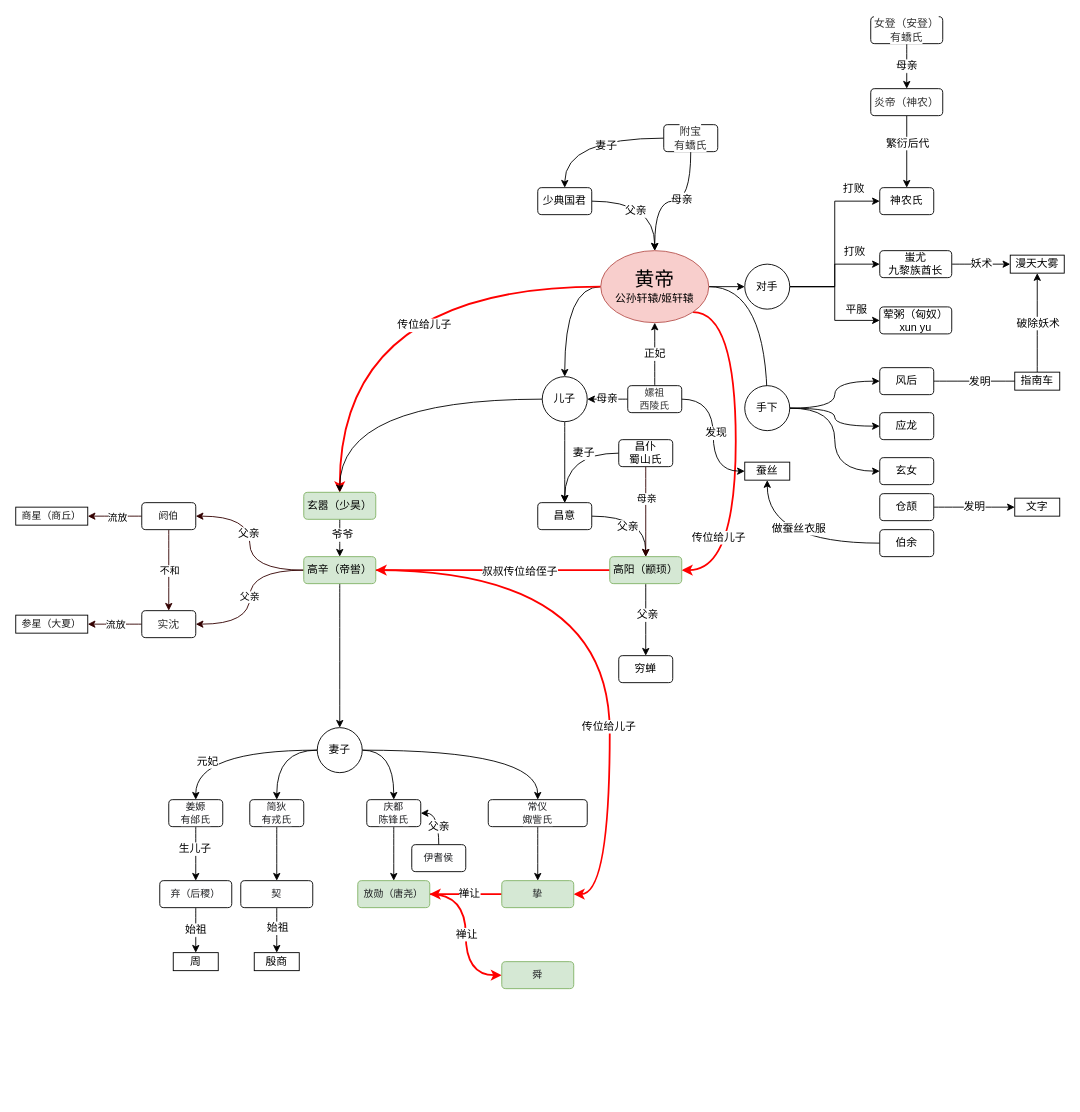
Above: 黄帝.drawio in littlebeer/drawio (draw.io), before the change. Source tidied: cells renumbered, new cells numbered last; positions are measured from the earlier drawing's top-left corner, leaving out a move shared by most shapes. Both pictures are drawn from the tidied source at 90%, with x=0, y=0 at pixel (15, 16).
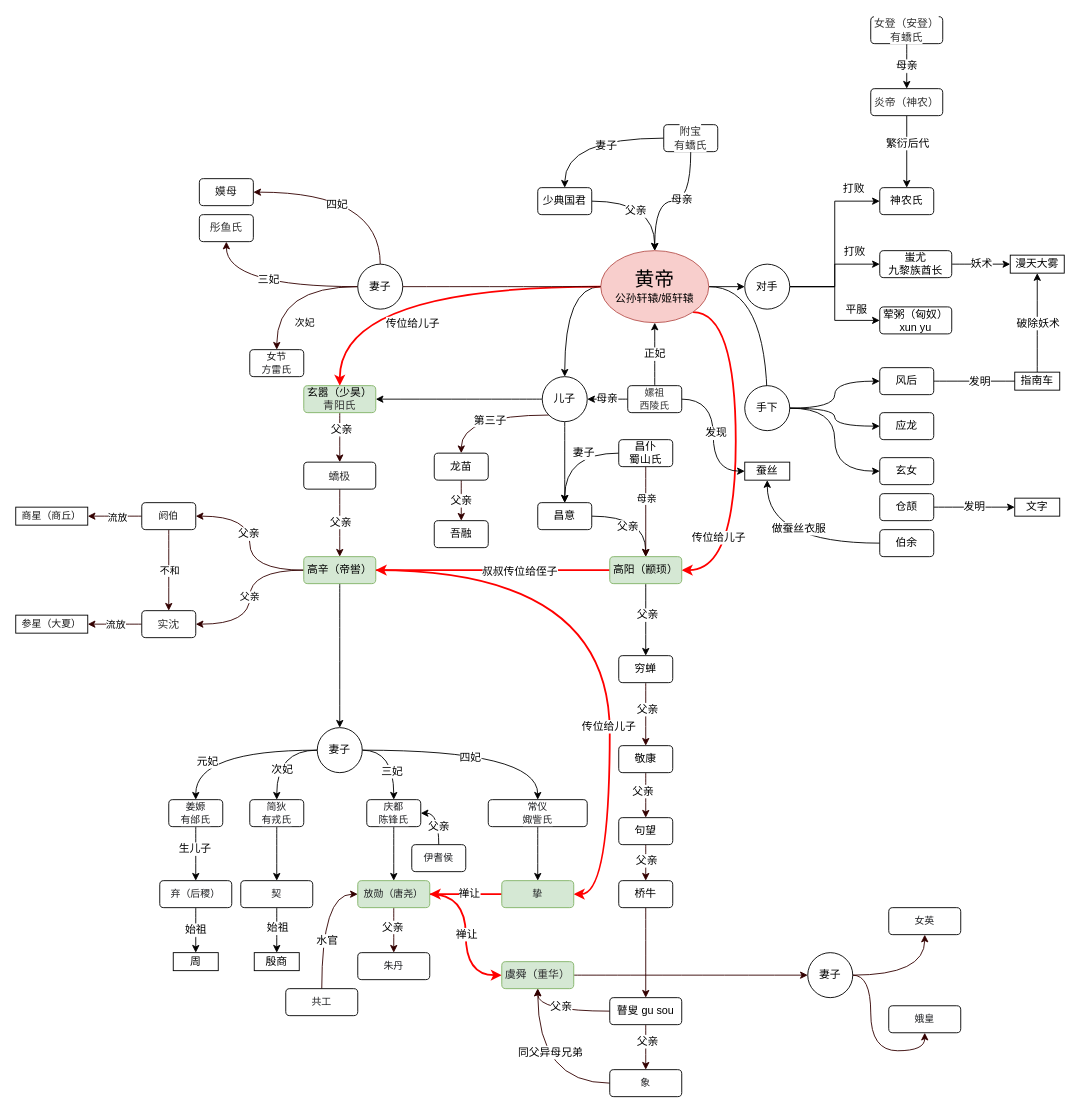
Above is the later version.

The change refers to these unchanged cells:
```xml
<mxCell id="5" style="edgeStyle=orthogonalEdgeStyle;curved=1;rounded=0;jettySize=auto;html=1;fontSize=12;strokeColor=#FF0000;strokeWidth=2;" parent="1" edge="1" source="9" target="64">
  <mxGeometry relative="1" as="geometry" />
</mxCell>
<mxCell id="9" value="&lt;font style=&quot;font-size: 22px&quot;&gt;黄帝&lt;/font&gt;&lt;br&gt;公孙轩辕/姬轩辕" style="ellipse;whiteSpace=wrap;html=1;fillColor=#f8cecc;strokeColor=#b85450;" parent="1" vertex="1">
  <mxGeometry x="650" y="260" width="120" height="80" as="geometry" />
</mxCell>
<mxCell id="57" value="儿子" style="ellipse;whiteSpace=wrap;html=1;fontSize=12;" parent="1" vertex="1">
  <mxGeometry x="585" y="400" width="50" height="50" as="geometry" />
</mxCell>
<mxCell id="73" value="高辛（帝喾）" style="rounded=1;whiteSpace=wrap;html=1;fontSize=12;fillColor=#d5e8d4;strokeColor=#82b366;" parent="1" vertex="1">
  <mxGeometry x="320" y="600" width="80" height="30" as="geometry" />
</mxCell>
<mxCell id="83" value="穷蝉" style="rounded=1;whiteSpace=wrap;html=1;fontSize=12;" parent="1" vertex="1">
  <mxGeometry x="670" y="710" width="60" height="30" as="geometry" />
</mxCell>
<mxCell id="89" style="edgeStyle=orthogonalEdgeStyle;curved=1;rounded=0;jettySize=auto;html=1;fontSize=12;" parent="1" edge="1" source="92" target="94">
  <mxGeometry relative="1" as="geometry" />
</mxCell>
<mxCell id="90" style="edgeStyle=orthogonalEdgeStyle;curved=1;rounded=0;jettySize=auto;html=1;fontSize=12;" parent="1" edge="1" source="92" target="96">
  <mxGeometry relative="1" as="geometry" />
</mxCell>
<mxCell id="91" style="edgeStyle=orthogonalEdgeStyle;curved=1;rounded=0;jettySize=auto;html=1;entryX=0.5;entryY=0;entryDx=0;entryDy=0;fontSize=12;" parent="1" edge="1" source="92" target="98">
  <mxGeometry relative="1" as="geometry" />
</mxCell>
<mxCell id="106" value="&lt;span style=&quot;color: rgb(32 , 33 , 36) ; font-family: &amp;#34;menlo&amp;#34; , monospace ; font-size: 11px ; text-align: left&quot;&gt;放勋（唐尧）&lt;br&gt;&lt;/span&gt;" style="rounded=1;whiteSpace=wrap;html=1;fontSize=12;fillColor=#D5E8D4;strokeColor=#82b366;" parent="1" vertex="1">
  <mxGeometry x="380" y="960" width="80" height="30" as="geometry" />
</mxCell>
```

The edit, as a diff of the source:
```diff
@@
     <mxCell id="6" value="传位给儿子" style="edgeLabel;html=1;align=center;verticalAlign=middle;fontSize=12;" parent="5" vertex="1">
-      <mxGeometry x="-0.24" y="42" relative="1" as="geometry" />
+      <mxGeometry x="-0.24" y="42" relative="1" as="geometry">
+        <mxPoint x="-58" y="-2" as="offset" />
+      </mxGeometry>
     </mxCell>
@@
+    <mxCell id="126" style="edgeStyle=orthogonalEdgeStyle;curved=1;rounded=0;jettySize=auto;html=1;fontSize=11;strokeColor=#330000;strokeWidth=1;startArrow=none;" parent="1" edge="1" source="145" target="140">
+      <mxGeometry relative="1" as="geometry" />
+    </mxCell>
+    <mxCell id="127" value="次妃" style="edgeLabel;html=1;align=center;verticalAlign=middle;fontSize=11;" parent="126" vertex="1">
+      <mxGeometry x="0.32" y="-1" relative="1" as="geometry">
+        <mxPoint x="31" y="23" as="offset" />
+      </mxGeometry>
+    </mxCell>
@@
+    <mxCell id="128" style="edgeStyle=orthogonalEdgeStyle;curved=1;rounded=0;jettySize=auto;html=1;exitX=0;exitY=1;exitDx=0;exitDy=0;entryX=0.5;entryY=0;entryDx=0;entryDy=0;fontSize=12;strokeColor=#330000;strokeWidth=1;" parent="1" edge="1" source="57" target="154">
+      <mxGeometry relative="1" as="geometry" />
+    </mxCell>
+    <mxCell id="129" value="第三子" style="edgeLabel;html=1;align=center;verticalAlign=middle;fontSize=12;" parent="128" vertex="1">
+      <mxGeometry x="-0.06" y="6" relative="1" as="geometry" />
+    </mxCell>
@@
-    <mxCell id="62" style="edgeStyle=orthogonalEdgeStyle;curved=1;rounded=0;jettySize=auto;html=1;fontSize=12;" parent="1" edge="1" source="64" target="73">
-      <mxGeometry relative="1" as="geometry" />
-    </mxCell>
-    <mxCell id="63" value="爷爷" style="edgeLabel;html=1;align=center;verticalAlign=middle;fontSize=12;" parent="62" vertex="1">
-      <mxGeometry x="-0.18" y="2" relative="1" as="geometry" />
-    </mxCell>
+    <mxCell id="130" style="edgeStyle=orthogonalEdgeStyle;curved=1;rounded=0;jettySize=auto;html=1;fontSize=12;strokeColor=#330000;strokeWidth=1;" parent="1" edge="1" source="64" target="151">
+      <mxGeometry relative="1" as="geometry" />
+    </mxCell>
+    <mxCell id="131" value="父亲" style="edgeLabel;html=1;align=center;verticalAlign=middle;fontSize=12;" parent="130" vertex="1">
+      <mxGeometry x="-0.35" y="1" relative="1" as="geometry" />
+    </mxCell>
-    <mxCell id="64" value="玄嚣（少昊）" style="rounded=1;whiteSpace=wrap;html=1;fontSize=12;fillColor=#d5e8d4;strokeColor=#82b366;" parent="1" vertex="1">
-      <mxGeometry x="320" y="528.5" width="80" height="30" as="geometry" />
+    <mxCell id="64" value="玄嚣（少昊）&lt;br&gt;&lt;span style=&quot;color: rgb(51 , 51 , 51) ; font-family: &amp;#34;helvetica neue&amp;#34; , &amp;#34;helvetica&amp;#34; , &amp;#34;arial&amp;#34; , &amp;#34;pingfang sc&amp;#34; , &amp;#34;hiragino sans gb&amp;#34; , &amp;#34;microsoft yahei&amp;#34; , &amp;#34;wenquanyi micro hei&amp;#34; , sans-serif&quot;&gt;青阳氏&lt;/span&gt;" style="rounded=1;whiteSpace=wrap;html=1;fontSize=12;fillColor=#d5e8d4;strokeColor=#82b366;" parent="1" vertex="1">
+      <mxGeometry x="320" y="410" width="80" height="30" as="geometry" />
     </mxCell>
@@
+    <mxCell id="132" style="edgeStyle=orthogonalEdgeStyle;curved=1;rounded=0;jettySize=auto;html=1;fontSize=12;strokeColor=#330000;strokeWidth=1;" parent="1" edge="1" source="83" target="172">
+      <mxGeometry relative="1" as="geometry" />
+    </mxCell>
+    <mxCell id="133" value="父亲" style="edgeLabel;html=1;align=center;verticalAlign=middle;fontSize=12;" parent="132" vertex="1">
+      <mxGeometry x="-0.2" y="1" relative="1" as="geometry">
+        <mxPoint y="1" as="offset" />
+      </mxGeometry>
+    </mxCell>
@@
+    <mxCell id="134" value="次妃" style="edgeLabel;html=1;align=center;verticalAlign=middle;fontSize=12;" parent="89" vertex="1">
+      <mxGeometry x="0.31" y="5" relative="1" as="geometry" />
+    </mxCell>
@@
+    <mxCell id="135" value="三妃" style="edgeLabel;html=1;align=center;verticalAlign=middle;fontSize=12;" parent="90" vertex="1">
+      <mxGeometry x="0.28" y="-3" relative="1" as="geometry" />
+    </mxCell>
@@
+    <mxCell id="136" value="四妃" style="edgeLabel;html=1;align=center;verticalAlign=middle;fontSize=12;" parent="91" vertex="1">
+      <mxGeometry x="-0.05" y="-7" relative="1" as="geometry">
+        <mxPoint y="1" as="offset" />
+      </mxGeometry>
+    </mxCell>
@@
+    <mxCell id="137" style="edgeStyle=orthogonalEdgeStyle;curved=1;rounded=0;jettySize=auto;html=1;fontSize=12;strokeColor=#330000;strokeWidth=1;" parent="1" edge="1" source="106" target="156">
+      <mxGeometry relative="1" as="geometry" />
+    </mxCell>
+    <mxCell id="138" value="父亲" style="edgeLabel;html=1;align=center;verticalAlign=middle;fontSize=12;" parent="137" vertex="1">
+      <mxGeometry x="-0.18" y="-2" relative="1" as="geometry" />
+    </mxCell>
@@
+    <mxCell id="139" style="edgeStyle=orthogonalEdgeStyle;curved=1;rounded=0;jettySize=auto;html=1;fontSize=12;strokeColor=#330000;strokeWidth=1;" parent="1" edge="1" source="115" target="162">
+      <mxGeometry relative="1" as="geometry" />
+    </mxCell>
-    <mxCell id="115" value="&lt;span style=&quot;color: rgb(32 , 33 , 36) ; font-family: &amp;#34;menlo&amp;#34; , monospace ; font-size: 11px ; text-align: left&quot;&gt;舜&lt;br&gt;&lt;/span&gt;" style="rounded=1;whiteSpace=wrap;html=1;fontSize=12;fillColor=#D5E8D4;strokeColor=#82b366;" parent="1" vertex="1">
+    <mxCell id="115" value="&lt;span style=&quot;color: rgb(32, 33, 36); font-family: menlo, monospace; font-size: 12px; text-align: left;&quot;&gt;虞舜（&lt;/span&gt;&lt;span style=&quot;color: rgb(51, 51, 51); font-family: &amp;quot;PingFang SC&amp;quot;, &amp;quot;Lantinghei SC&amp;quot;, &amp;quot;Microsoft YaHei&amp;quot;, arial, 宋体, sans-serif, tahoma; font-size: 12px; text-align: start;&quot;&gt;重华）&lt;/span&gt;&lt;span style=&quot;color: rgb(32, 33, 36); font-family: menlo, monospace; font-size: 12px; text-align: left;&quot;&gt;&lt;br style=&quot;font-size: 12px;&quot;&gt;&lt;/span&gt;" style="rounded=1;whiteSpace=wrap;html=1;fontSize=12;fillColor=#D5E8D4;strokeColor=#82b366;" parent="1" vertex="1">
       <mxGeometry x="540" y="1050" width="80" height="30" as="geometry" />
     </mxCell>
@@
+    <mxCell id="140" value="&lt;span style=&quot;color: rgb(25 , 25 , 25) ; font-size: 11px ; text-align: left ; background-color: rgb(255 , 255 , 255)&quot;&gt;女节&lt;br&gt;&lt;/span&gt;&lt;span style=&quot;color: rgb(32 , 33 , 36) ; font-family: &amp;#34;menlo&amp;#34; , monospace ; font-size: 11px ; text-align: left ; background-color: rgb(255 , 255 , 255)&quot;&gt;方雷氏&lt;br style=&quot;font-size: 11px&quot;&gt;&lt;/span&gt;" style="rounded=1;whiteSpace=wrap;html=1;fontSize=11;" parent="1" vertex="1">
+      <mxGeometry x="260" y="370" width="60" height="30" as="geometry" />
+    </mxCell>
+    <mxCell id="141" style="edgeStyle=orthogonalEdgeStyle;curved=1;rounded=0;jettySize=auto;html=1;entryX=1;entryY=0.5;entryDx=0;entryDy=0;fontSize=12;strokeColor=#330000;strokeWidth=1;" parent="1" edge="1" source="145" target="148">
+      <mxGeometry relative="1" as="geometry">
+        <Array as="points">
+          <mxPoint x="405" y="195" />
+        </Array>
+      </mxGeometry>
+    </mxCell>
+    <mxCell id="142" value="四妃" style="edgeLabel;html=1;align=center;verticalAlign=middle;fontSize=12;" parent="141" vertex="1">
+      <mxGeometry x="0.17" y="13" relative="1" as="geometry" />
+    </mxCell>
+    <mxCell id="143" style="edgeStyle=orthogonalEdgeStyle;curved=1;rounded=0;jettySize=auto;html=1;fontSize=12;strokeColor=#330000;strokeWidth=1;" parent="1" edge="1" source="145" target="147">
+      <mxGeometry relative="1" as="geometry" />
+    </mxCell>
+    <mxCell id="144" value="三妃" style="edgeLabel;html=1;align=center;verticalAlign=middle;fontSize=12;" parent="143" vertex="1">
+      <mxGeometry x="0.02" y="-9" relative="1" as="geometry" />
+    </mxCell>
+    <mxCell id="145" value="妻子" style="ellipse;whiteSpace=wrap;html=1;fontSize=12;" parent="1" vertex="1">
+      <mxGeometry x="380" y="275" width="50" height="50" as="geometry" />
+    </mxCell>
+    <mxCell id="146" style="edgeStyle=orthogonalEdgeStyle;curved=1;rounded=0;jettySize=auto;html=1;fontSize=11;strokeColor=#330000;strokeWidth=1;endArrow=none;" parent="1" edge="1" source="9" target="145">
+      <mxGeometry relative="1" as="geometry" />
+    </mxCell>
+    <mxCell id="147" value="&lt;span style=&quot;color: rgb(51 , 51 , 51) ; font-size: 12px ; background-color: rgb(255 , 255 , 255)&quot;&gt;彤鱼氏&lt;/span&gt;&lt;span style=&quot;color: rgb(32 , 33 , 36) ; font-family: &amp;#34;menlo&amp;#34; , monospace ; font-size: 12px ; text-align: left ; background-color: rgb(255 , 255 , 255)&quot;&gt;&lt;br style=&quot;font-size: 12px&quot;&gt;&lt;/span&gt;" style="rounded=1;whiteSpace=wrap;html=1;fontSize=12;" parent="1" vertex="1">
+      <mxGeometry x="204" y="220" width="60" height="30" as="geometry" />
+    </mxCell>
+    <mxCell id="148" value="&lt;span style=&quot;text-align: left ; background-color: rgb(255 , 255 , 255)&quot;&gt;&lt;font color=&quot;#191919&quot; face=&quot;menlo, monospace&quot;&gt;嫫母&lt;/font&gt;&lt;br style=&quot;font-size: 12px&quot;&gt;&lt;/span&gt;" style="rounded=1;whiteSpace=wrap;html=1;fontSize=12;" parent="1" vertex="1">
+      <mxGeometry x="204" y="180" width="60" height="30" as="geometry" />
+    </mxCell>
+    <mxCell id="149" style="edgeStyle=orthogonalEdgeStyle;curved=1;rounded=0;jettySize=auto;html=1;fontSize=12;strokeColor=#330000;strokeWidth=1;" parent="1" edge="1" source="151" target="73">
+      <mxGeometry relative="1" as="geometry" />
+    </mxCell>
+    <mxCell id="150" value="父亲" style="edgeLabel;html=1;align=center;verticalAlign=middle;fontSize=12;" parent="149" vertex="1">
+      <mxGeometry x="-0.04" relative="1" as="geometry" />
+    </mxCell>
+    <mxCell id="151" value="&lt;span style=&quot;color: rgb(51 , 51 , 51) ; font-family: &amp;#34;helvetica neue&amp;#34; , &amp;#34;helvetica&amp;#34; , &amp;#34;arial&amp;#34; , &amp;#34;pingfang sc&amp;#34; , &amp;#34;hiragino sans gb&amp;#34; , &amp;#34;microsoft yahei&amp;#34; , &amp;#34;wenquanyi micro hei&amp;#34; , sans-serif ; background-color: rgb(255 , 255 , 255)&quot;&gt;蟜极&lt;/span&gt;" style="rounded=1;whiteSpace=wrap;html=1;fontSize=12;" parent="1" vertex="1">
+      <mxGeometry x="320" y="495" width="80" height="30" as="geometry" />
+    </mxCell>
+    <mxCell id="152" style="edgeStyle=orthogonalEdgeStyle;curved=1;rounded=0;jettySize=auto;html=1;fontSize=12;strokeColor=#330000;strokeWidth=1;" parent="1" edge="1" source="154" target="155">
+      <mxGeometry relative="1" as="geometry" />
+    </mxCell>
+    <mxCell id="153" value="父亲" style="edgeLabel;html=1;align=center;verticalAlign=middle;fontSize=12;" parent="152" vertex="1">
+      <mxGeometry x="-0.04" y="-1" relative="1" as="geometry" />
+    </mxCell>
+    <mxCell id="154" value="龙苗" style="rounded=1;whiteSpace=wrap;html=1;fontSize=12;" parent="1" vertex="1">
+      <mxGeometry x="465" y="485" width="60" height="30" as="geometry" />
+    </mxCell>
+    <mxCell id="155" value="吾融" style="rounded=1;whiteSpace=wrap;html=1;fontSize=12;" parent="1" vertex="1">
+      <mxGeometry x="465" y="560" width="60" height="30" as="geometry" />
+    </mxCell>
+    <mxCell id="156" value="&lt;span style=&quot;color: rgb(32 , 33 , 36) ; font-family: &amp;#34;menlo&amp;#34; , monospace ; font-size: 11px ; text-align: left ; background-color: rgb(255 , 255 , 255)&quot;&gt;朱丹&lt;br&gt;&lt;/span&gt;" style="rounded=1;whiteSpace=wrap;html=1;fontSize=12;" parent="1" vertex="1">
+      <mxGeometry x="380" y="1040" width="80" height="30" as="geometry" />
+    </mxCell>
+    <mxCell id="157" style="edgeStyle=orthogonalEdgeStyle;curved=1;rounded=0;jettySize=auto;html=1;entryX=0;entryY=0.5;entryDx=0;entryDy=0;fontSize=12;strokeColor=#330000;strokeWidth=1;" parent="1" edge="1" source="159" target="106">
+      <mxGeometry relative="1" as="geometry" />
+    </mxCell>
+    <mxCell id="158" value="水官" style="edgeLabel;html=1;align=center;verticalAlign=middle;fontSize=12;" parent="157" vertex="1">
+      <mxGeometry x="-0.25" y="-5" relative="1" as="geometry" />
+    </mxCell>
+    <mxCell id="159" value="&lt;span style=&quot;color: rgb(32 , 33 , 36) ; font-family: &amp;#34;menlo&amp;#34; , monospace ; font-size: 11px ; text-align: left ; background-color: rgb(255 , 255 , 255)&quot;&gt;共工&lt;br&gt;&lt;/span&gt;" style="rounded=1;whiteSpace=wrap;html=1;fontSize=12;" parent="1" vertex="1">
+      <mxGeometry x="300" y="1080" width="80" height="30" as="geometry" />
+    </mxCell>
+    <mxCell id="160" style="edgeStyle=orthogonalEdgeStyle;curved=1;rounded=0;jettySize=auto;html=1;entryX=0.5;entryY=1;entryDx=0;entryDy=0;fontSize=12;strokeColor=#330000;strokeWidth=1;" parent="1" edge="1" source="162" target="163">
+      <mxGeometry relative="1" as="geometry" />
+    </mxCell>
+    <mxCell id="161" style="edgeStyle=orthogonalEdgeStyle;curved=1;rounded=0;jettySize=auto;html=1;fontSize=12;strokeColor=#330000;strokeWidth=1;" parent="1" edge="1" source="162" target="164">
+      <mxGeometry relative="1" as="geometry" />
+    </mxCell>
+    <mxCell id="162" value="妻子" style="ellipse;whiteSpace=wrap;html=1;fontSize=12;" parent="1" vertex="1">
+      <mxGeometry x="880" y="1040" width="50" height="50" as="geometry" />
+    </mxCell>
+    <mxCell id="163" value="&lt;span style=&quot;color: rgb(32 , 33 , 36) ; font-family: &amp;#34;menlo&amp;#34; , monospace ; font-size: 11px ; text-align: left ; background-color: rgb(255 , 255 , 255)&quot;&gt;娥皇&lt;br&gt;&lt;/span&gt;" style="rounded=1;whiteSpace=wrap;html=1;fontSize=12;" parent="1" vertex="1">
+      <mxGeometry x="970" y="1099" width="80" height="30" as="geometry" />
+    </mxCell>
+    <mxCell id="164" value="&lt;span style=&quot;color: rgb(32 , 33 , 36) ; font-family: &amp;#34;menlo&amp;#34; , monospace ; font-size: 11px ; text-align: left ; background-color: rgb(255 , 255 , 255)&quot;&gt;女英&lt;br&gt;&lt;/span&gt;" style="rounded=1;whiteSpace=wrap;html=1;fontSize=12;" parent="1" vertex="1">
+      <mxGeometry x="970" y="990" width="80" height="30" as="geometry" />
+    </mxCell>
+    <mxCell id="165" style="edgeStyle=orthogonalEdgeStyle;curved=1;rounded=0;jettySize=auto;html=1;entryX=0.5;entryY=1;entryDx=0;entryDy=0;fontSize=12;strokeColor=#330000;strokeWidth=1;" parent="1" edge="1" source="169" target="115">
+      <mxGeometry relative="1" as="geometry" />
+    </mxCell>
+    <mxCell id="166" value="父亲" style="edgeLabel;html=1;align=center;verticalAlign=middle;fontSize=12;" parent="165" vertex="1">
+      <mxGeometry x="0.05" y="-6" relative="1" as="geometry" />
+    </mxCell>
+    <mxCell id="167" style="edgeStyle=orthogonalEdgeStyle;curved=1;rounded=0;jettySize=auto;html=1;fontSize=12;strokeColor=#330000;strokeWidth=1;" parent="1" edge="1" source="169" target="180">
+      <mxGeometry relative="1" as="geometry" />
+    </mxCell>
+    <mxCell id="168" value="父亲" style="edgeLabel;html=1;align=center;verticalAlign=middle;fontSize=12;" parent="167" vertex="1">
+      <mxGeometry x="-0.3" y="1" relative="1" as="geometry" />
+    </mxCell>
+    <mxCell id="169" value="瞽叟 gu sou" style="rounded=1;whiteSpace=wrap;html=1;fontSize=12;" parent="1" vertex="1">
+      <mxGeometry x="660" y="1090" width="80" height="30" as="geometry" />
+    </mxCell>
+    <mxCell id="170" style="edgeStyle=orthogonalEdgeStyle;curved=1;rounded=0;jettySize=auto;html=1;fontSize=12;strokeColor=#330000;strokeWidth=1;" parent="1" edge="1" source="172" target="175">
+      <mxGeometry relative="1" as="geometry" />
+    </mxCell>
+    <mxCell id="171" value="父亲" style="edgeLabel;html=1;align=center;verticalAlign=middle;fontSize=12;" parent="170" vertex="1">
+      <mxGeometry x="-0.12" y="-2" relative="1" as="geometry">
+        <mxPoint x="-2" y="-2" as="offset" />
+      </mxGeometry>
+    </mxCell>
+    <mxCell id="172" value="敬康" style="rounded=1;whiteSpace=wrap;html=1;fontSize=12;" parent="1" vertex="1">
+      <mxGeometry x="670" y="810" width="60" height="30" as="geometry" />
+    </mxCell>
+    <mxCell id="173" style="edgeStyle=orthogonalEdgeStyle;curved=1;rounded=0;jettySize=auto;html=1;fontSize=12;strokeColor=#330000;strokeWidth=1;" parent="1" edge="1" source="175" target="177">
+      <mxGeometry relative="1" as="geometry" />
+    </mxCell>
+    <mxCell id="174" value="父亲" style="edgeLabel;html=1;align=center;verticalAlign=middle;fontSize=12;" parent="173" vertex="1">
+      <mxGeometry x="-0.15" relative="1" as="geometry" />
+    </mxCell>
+    <mxCell id="175" value="句望" style="rounded=1;whiteSpace=wrap;html=1;fontSize=12;" parent="1" vertex="1">
+      <mxGeometry x="670" y="890" width="60" height="30" as="geometry" />
+    </mxCell>
+    <mxCell id="176" style="edgeStyle=orthogonalEdgeStyle;curved=1;rounded=0;jettySize=auto;html=1;fontSize=12;strokeColor=#330000;strokeWidth=1;" parent="1" edge="1" source="177" target="169">
+      <mxGeometry relative="1" as="geometry" />
+    </mxCell>
+    <mxCell id="177" value="桥牛" style="rounded=1;whiteSpace=wrap;html=1;fontSize=12;" parent="1" vertex="1">
+      <mxGeometry x="670" y="960" width="60" height="30" as="geometry" />
+    </mxCell>
+    <mxCell id="178" style="edgeStyle=orthogonalEdgeStyle;curved=1;rounded=0;jettySize=auto;html=1;fontSize=12;strokeColor=#330000;strokeWidth=1;" parent="1" edge="1" source="180" target="115">
+      <mxGeometry relative="1" as="geometry" />
+    </mxCell>
+    <mxCell id="179" value="同父异母兄弟" style="edgeLabel;html=1;align=center;verticalAlign=middle;fontSize=12;" parent="178" vertex="1">
+      <mxGeometry x="0.24" y="-13" relative="1" as="geometry" />
+    </mxCell>
+    <mxCell id="180" value="&lt;span style=&quot;color: rgb(32 , 33 , 36) ; font-family: &amp;#34;menlo&amp;#34; , monospace ; font-size: 11px ; text-align: left&quot;&gt;象&lt;br&gt;&lt;/span&gt;" style="rounded=1;whiteSpace=wrap;html=1;fontSize=12;" parent="1" vertex="1">
+      <mxGeometry x="660" y="1170" width="80" height="30" as="geometry" />
+    </mxCell>
```
